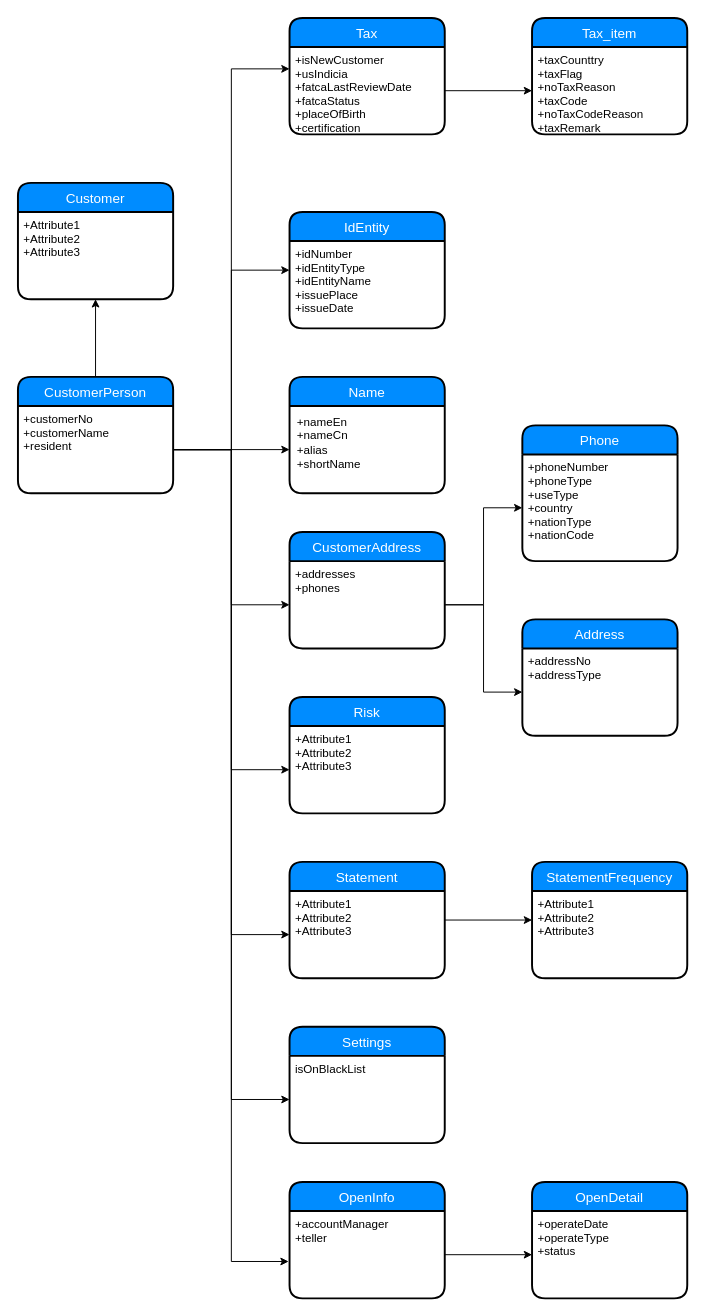
Before: page "第 7 页" (7 of 7) of 核心前置系统.drawio in sam1982/draw, a draw.io diagram. Source tidied: cells renumbered, new cells numbered last; positions are measured from the earlier drawing's top-left corner, leaving out a move shared by most shapes. Both pictures are drawn from the tidied source at 97%, with x=0, y=0 at pixel (17, 17).
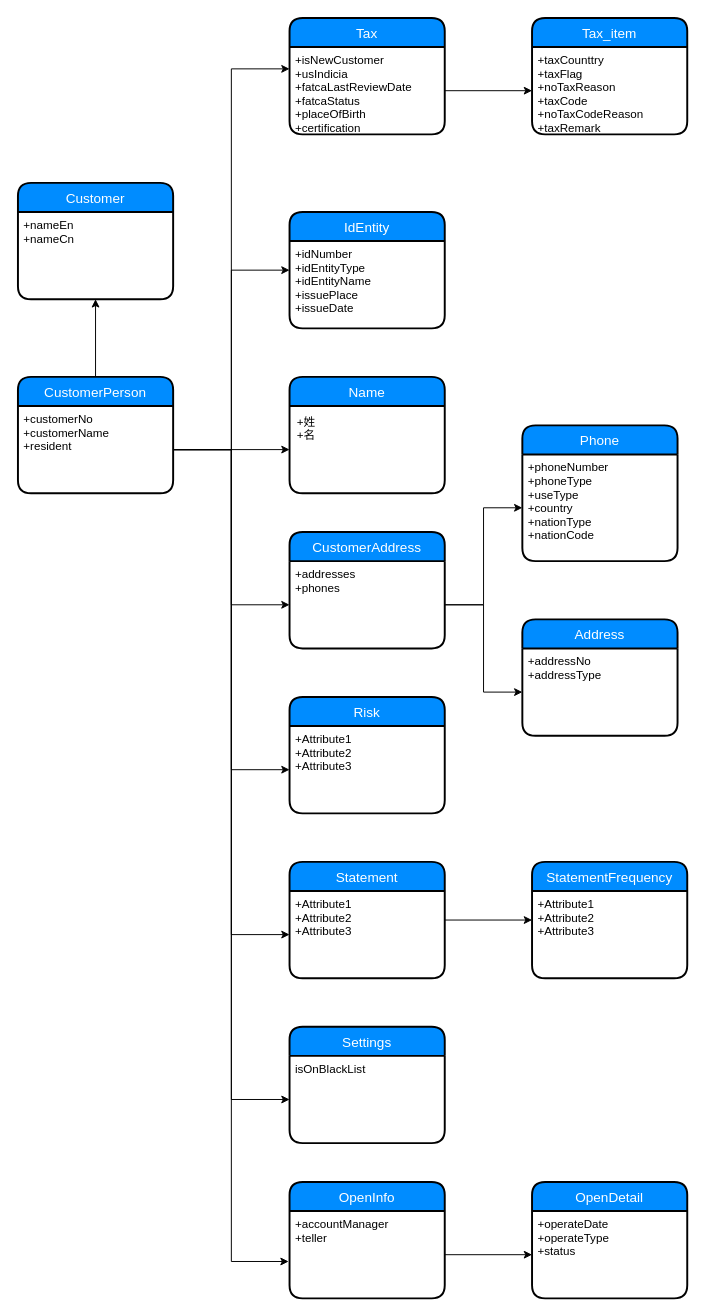
After the change.

Commit message:
更新核心前置系统.drawio

The change refers to these unchanged cells:
```xml
<mxCell id="43" value="Customer" style="swimlane;horizontal=1;startSize=30;fillColor=#008cff;fontColor=#FFFFFF;rounded=1;fontSize=14;fontStyle=0;strokeWidth=2;shadow=0;dashed=0;align=center;" parent="1" vertex="1">
  <mxGeometry y="170" width="160" height="120" as="geometry" />
</mxCell>
```

What changed in the source:
```diff
@@
-    <mxCell id="11" value="&lt;div&gt;+nameEn&lt;/div&gt;&lt;div&gt;+nameCn&lt;br&gt;&lt;/div&gt;&lt;div&gt;+alias&lt;/div&gt;&lt;div&gt;+shortName&lt;br&gt;&lt;/div&gt;&lt;div&gt;&lt;br&gt;&lt;/div&gt;" style="text;html=1;align=left;verticalAlign=top;spacingTop=-4;" parent="1" vertex="1">
-      <mxGeometry x="286" y="407" width="80" height="70" as="geometry" />
+    <mxCell id="11" value="&lt;div&gt;+姓&lt;/div&gt;&lt;div&gt;+名&lt;/div&gt;" style="text;html=1;align=left;verticalAlign=top;spacingTop=-4;" parent="1" vertex="1">
+      <mxGeometry x="286" y="407" width="30" height="30" as="geometry" />
     </mxCell>
@@
-    <mxCell id="44" value="+Attribute1&#10;+Attribute2&#10;+Attribute3" style="align=left;strokeColor=none;fillColor=none;spacingLeft=4;fontSize=12;verticalAlign=top;" parent="43" vertex="1">
+    <mxCell id="44" value="+nameEn&#10;+nameCn" style="align=left;strokeColor=none;fillColor=none;spacingLeft=4;fontSize=12;verticalAlign=top;" parent="43" vertex="1">
       <mxGeometry y="30" width="160" height="90" as="geometry" />
     </mxCell>
```
